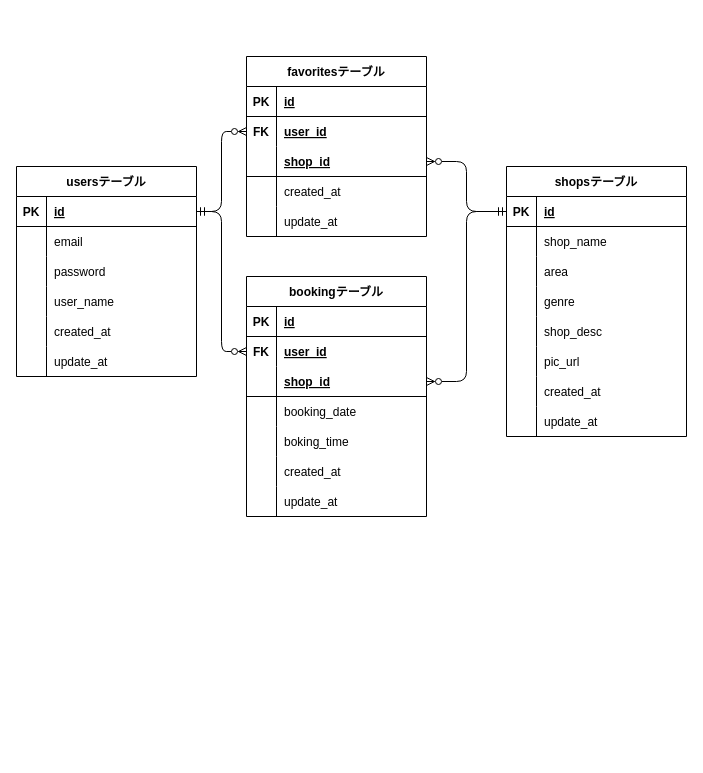
The draw.io diagram ER図.dio in kuni9997/Rese, before the edit. Source tidied: cells renumbered, new cells numbered last; positions are measured from the earlier drawing's top-left corner, leaving out a move shared by most shapes. Both pictures are drawn from the tidied source at 100%, with x=0, y=0 at pixel (16, 56).
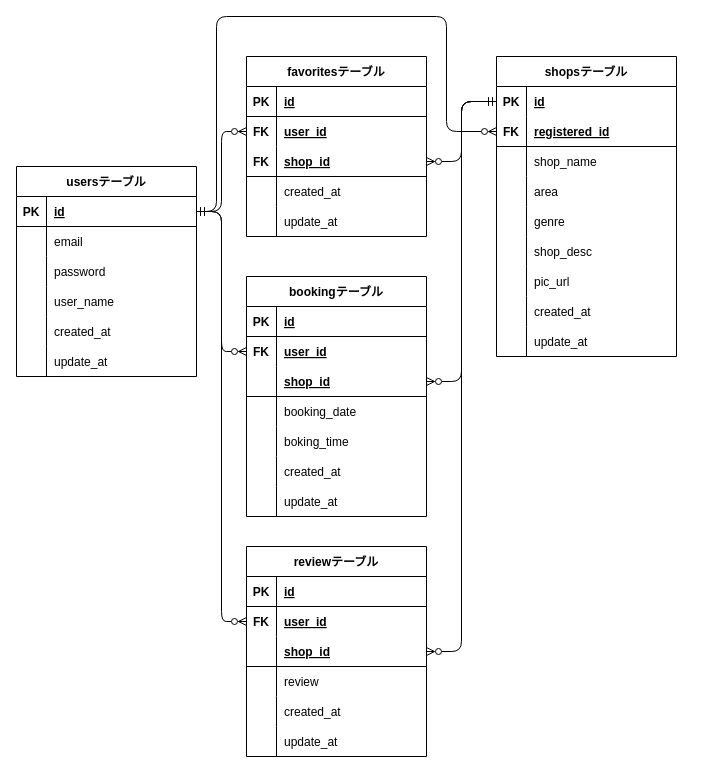
After the change.

Unchanged cells that the change refers to:
```xml
<mxCell id="3" style="shape=tableRow;horizontal=0;startSize=0;swimlaneHead=0;swimlaneBody=0;fillColor=none;points=[[0,0.5],[1,0.5]];portConstraint=eastwest;top=0;left=0;right=0;bottom=1;" parent="2" vertex="1">
  <mxGeometry y="30" width="180" height="30" as="geometry" />
</mxCell>
<mxCell id="53" style="shape=tableRow;horizontal=0;startSize=0;swimlaneHead=0;swimlaneBody=0;fillColor=none;points=[[0,0.5],[1,0.5]];portConstraint=eastwest;top=0;left=0;right=0;bottom=1;strokeColor=default;" parent="46" vertex="1">
  <mxGeometry y="90" width="180" height="30" as="geometry" />
</mxCell>
```

Diff of the diagram source:
```diff
@@
     <mxCell id="21" value="shopsテーブル" style="shape=table;startSize=30;childLayout=tableLayout;rowLines=0;fontStyle=1;align=center;strokeColor=default;" parent="1" vertex="1">
-      <mxGeometry x="490" y="110" width="180" height="270" as="geometry" />
+      <mxGeometry x="480" width="180" height="300" as="geometry" />
     </mxCell>
-    <mxCell id="22" style="shape=tableRow;horizontal=0;startSize=0;swimlaneHead=0;swimlaneBody=0;fillColor=none;points=[[0,0.5],[1,0.5]];portConstraint=eastwest;top=0;left=0;right=0;bottom=1;" parent="21" vertex="1">
+    <mxCell id="22" style="shape=tableRow;horizontal=0;startSize=0;swimlaneHead=0;swimlaneBody=0;fillColor=none;points=[[0,0.5],[1,0.5]];portConstraint=eastwest;top=0;left=0;right=0;bottom=1;strokeColor=none;" parent="21" vertex="1">
       <mxGeometry y="30" width="180" height="30" as="geometry" />
     </mxCell>
@@
-    <mxCell id="24" value="id" style="shape=partialRectangle;fillColor=none;top=0;left=0;bottom=0;right=0;align=left;spacingLeft=6;fontStyle=5;overflow=hidden;" parent="22" vertex="1">
+    <mxCell id="24" value="id" style="shape=partialRectangle;fillColor=none;top=0;left=0;bottom=0;right=0;align=left;spacingLeft=6;fontStyle=5;overflow=hidden;strokeColor=none;" parent="22" vertex="1">
       <mxGeometry x="30" width="150" height="30" as="geometry" />
     </mxCell>
+    <mxCell id="89" style="shape=tableRow;horizontal=0;startSize=0;swimlaneHead=0;swimlaneBody=0;fillColor=none;points=[[0,0.5],[1,0.5]];portConstraint=eastwest;top=0;left=0;right=0;bottom=1;" parent="21" vertex="1">
+      <mxGeometry y="60" width="180" height="30" as="geometry" />
+    </mxCell>
+    <mxCell id="90" value="FK" style="shape=partialRectangle;fillColor=none;top=0;left=0;bottom=0;right=0;fontStyle=1;overflow=hidden;" parent="89" vertex="1">
+      <mxGeometry width="30" height="30" as="geometry" />
+    </mxCell>
+    <mxCell id="91" value="registered_id" style="shape=partialRectangle;fillColor=none;top=0;left=0;bottom=0;right=0;align=left;spacingLeft=6;fontStyle=5;overflow=hidden;strokeColor=none;" parent="89" vertex="1">
+      <mxGeometry x="30" width="150" height="30" as="geometry" />
+    </mxCell>
     <mxCell id="25" style="shape=tableRow;horizontal=0;startSize=0;swimlaneHead=0;swimlaneBody=0;fillColor=none;top=0;left=0;right=0;bottom=0;" parent="21" vertex="1">
-      <mxGeometry y="60" width="180" height="30" as="geometry" />
+      <mxGeometry y="90" width="180" height="30" as="geometry" />
     </mxCell>
@@
     <mxCell id="28" style="shape=tableRow;horizontal=0;startSize=0;swimlaneHead=0;swimlaneBody=0;fillColor=none;top=0;left=0;right=0;bottom=0;" parent="21" vertex="1">
-      <mxGeometry y="90" width="180" height="30" as="geometry" />
+      <mxGeometry y="120" width="180" height="30" as="geometry" />
     </mxCell>
@@
     <mxCell id="31" style="shape=tableRow;horizontal=0;startSize=0;swimlaneHead=0;swimlaneBody=0;fillColor=none;top=0;left=0;right=0;bottom=0;" parent="21" vertex="1">
-      <mxGeometry y="120" width="180" height="30" as="geometry" />
+      <mxGeometry y="150" width="180" height="30" as="geometry" />
     </mxCell>
@@
     <mxCell id="34" style="shape=tableRow;horizontal=0;startSize=0;swimlaneHead=0;swimlaneBody=0;fillColor=none;top=0;left=0;right=0;bottom=0;" parent="21" vertex="1">
-      <mxGeometry y="150" width="180" height="30" as="geometry" />
+      <mxGeometry y="180" width="180" height="30" as="geometry" />
     </mxCell>
@@
     <mxCell id="37" style="shape=tableRow;horizontal=0;startSize=0;swimlaneHead=0;swimlaneBody=0;fillColor=none;top=0;left=0;right=0;bottom=0;" parent="21" vertex="1">
-      <mxGeometry y="180" width="180" height="30" as="geometry" />
+      <mxGeometry y="210" width="180" height="30" as="geometry" />
     </mxCell>
@@
     <mxCell id="40" style="shape=tableRow;horizontal=0;startSize=0;swimlaneHead=0;swimlaneBody=0;fillColor=none;top=0;left=0;right=0;bottom=0;" parent="21" vertex="1">
-      <mxGeometry y="210" width="180" height="30" as="geometry" />
+      <mxGeometry y="240" width="180" height="30" as="geometry" />
     </mxCell>
@@
     <mxCell id="43" style="shape=tableRow;horizontal=0;startSize=0;swimlaneHead=0;swimlaneBody=0;fillColor=none;top=0;left=0;right=0;bottom=0;" parent="21" vertex="1">
-      <mxGeometry y="240" width="180" height="30" as="geometry" />
+      <mxGeometry y="270" width="180" height="30" as="geometry" />
     </mxCell>
@@
-    <mxCell id="54" style="shape=partialRectangle;fillColor=none;top=0;left=0;bottom=0;right=0;fontStyle=1;overflow=hidden;" parent="53" vertex="1">
+    <mxCell id="54" value="FK" style="shape=partialRectangle;fillColor=none;top=0;left=0;bottom=0;right=0;fontStyle=1;overflow=hidden;" parent="53" vertex="1">
       <mxGeometry width="30" height="30" as="geometry" />
     </mxCell>
@@
+    <mxCell id="92" value="reviewテーブル" style="shape=table;startSize=30;childLayout=tableLayout;rowLines=0;fontStyle=1;align=center;strokeColor=default;" parent="1" vertex="1">
+      <mxGeometry x="230" y="490" width="180" height="210" as="geometry" />
+    </mxCell>
+    <mxCell id="93" style="shape=tableRow;horizontal=0;startSize=0;swimlaneHead=0;swimlaneBody=0;fillColor=none;top=0;left=0;right=0;bottom=1;" parent="92" vertex="1">
+      <mxGeometry y="30" width="180" height="30" as="geometry" />
+    </mxCell>
+    <mxCell id="94" value="PK" style="shape=partialRectangle;fillColor=none;top=0;left=0;bottom=0;right=0;fontStyle=1;overflow=hidden;" parent="93" vertex="1">
+      <mxGeometry width="30" height="30" as="geometry" />
+    </mxCell>
+    <mxCell id="95" value="id" style="shape=partialRectangle;fillColor=none;top=0;left=0;bottom=0;right=0;align=left;spacingLeft=6;fontStyle=5;overflow=hidden;" parent="93" vertex="1">
+      <mxGeometry x="30" width="150" height="30" as="geometry" />
+    </mxCell>
+    <mxCell id="96" style="shape=tableRow;horizontal=0;startSize=0;swimlaneHead=0;swimlaneBody=0;fillColor=none;points=[[0,0.5],[1,0.5]];portConstraint=eastwest;top=0;left=0;right=0;bottom=1;strokeColor=none;" parent="92" vertex="1">
+      <mxGeometry y="60" width="180" height="30" as="geometry" />
+    </mxCell>
+    <mxCell id="97" value="FK" style="shape=partialRectangle;fillColor=none;top=0;left=0;bottom=0;right=0;fontStyle=1;overflow=hidden;" parent="96" vertex="1">
+      <mxGeometry width="30" height="30" as="geometry" />
+    </mxCell>
+    <mxCell id="98" value="user_id" style="shape=partialRectangle;fillColor=none;top=0;left=0;bottom=0;right=0;align=left;spacingLeft=6;fontStyle=5;overflow=hidden;" parent="96" vertex="1">
+      <mxGeometry x="30" width="150" height="30" as="geometry" />
+    </mxCell>
+    <mxCell id="99" style="shape=tableRow;horizontal=0;startSize=0;swimlaneHead=0;swimlaneBody=0;fillColor=none;points=[[0,0.5],[1,0.5]];portConstraint=eastwest;top=0;left=0;right=0;bottom=1;strokeColor=default;" parent="92" vertex="1">
+      <mxGeometry y="90" width="180" height="30" as="geometry" />
+    </mxCell>
+    <mxCell id="100" style="shape=partialRectangle;fillColor=none;top=0;left=0;bottom=0;right=0;fontStyle=1;overflow=hidden;" parent="99" vertex="1">
+      <mxGeometry width="30" height="30" as="geometry" />
+    </mxCell>
+    <mxCell id="101" value="shop_id" style="shape=partialRectangle;fillColor=none;top=0;left=0;bottom=0;right=0;align=left;spacingLeft=6;fontStyle=5;overflow=hidden;" parent="99" vertex="1">
+      <mxGeometry x="30" width="150" height="30" as="geometry" />
+    </mxCell>
+    <mxCell id="102" style="shape=tableRow;horizontal=0;startSize=0;swimlaneHead=0;swimlaneBody=0;fillColor=none;top=0;left=0;right=0;bottom=0;" parent="92" vertex="1">
+      <mxGeometry y="120" width="180" height="30" as="geometry" />
+    </mxCell>
+    <mxCell id="103" style="shape=partialRectangle;fillColor=none;top=0;left=0;bottom=0;right=0;overflow=hidden;" parent="102" vertex="1">
+      <mxGeometry width="30" height="30" as="geometry" />
+    </mxCell>
+    <mxCell id="104" value="review" style="shape=partialRectangle;fillColor=none;top=0;left=0;bottom=0;right=0;align=left;spacingLeft=6;overflow=hidden;" parent="102" vertex="1">
+      <mxGeometry x="30" width="150" height="30" as="geometry" />
+    </mxCell>
+    <mxCell id="105" style="shape=tableRow;horizontal=0;startSize=0;swimlaneHead=0;swimlaneBody=0;fillColor=none;top=0;left=0;right=0;bottom=0;" parent="92" vertex="1">
+      <mxGeometry y="150" width="180" height="30" as="geometry" />
+    </mxCell>
+    <mxCell id="106" style="shape=partialRectangle;fillColor=none;top=0;left=0;bottom=0;right=0;overflow=hidden;" parent="105" vertex="1">
+      <mxGeometry width="30" height="30" as="geometry" />
+    </mxCell>
+    <mxCell id="107" value="created_at" style="shape=partialRectangle;fillColor=none;top=0;left=0;bottom=0;right=0;align=left;spacingLeft=6;overflow=hidden;" parent="105" vertex="1">
+      <mxGeometry x="30" width="150" height="30" as="geometry" />
+    </mxCell>
+    <mxCell id="108" style="shape=tableRow;horizontal=0;startSize=0;swimlaneHead=0;swimlaneBody=0;fillColor=none;top=0;left=0;right=0;bottom=0;" parent="92" vertex="1">
+      <mxGeometry y="180" width="180" height="30" as="geometry" />
+    </mxCell>
+    <mxCell id="109" style="shape=partialRectangle;fillColor=none;top=0;left=0;bottom=0;right=0;overflow=hidden;" parent="108" vertex="1">
+      <mxGeometry width="30" height="30" as="geometry" />
+    </mxCell>
+    <mxCell id="110" value="update_at" style="shape=partialRectangle;fillColor=none;top=0;left=0;bottom=0;right=0;align=left;spacingLeft=6;overflow=hidden;" parent="108" vertex="1">
+      <mxGeometry x="30" width="150" height="30" as="geometry" />
+    </mxCell>
+    <mxCell id="111" style="edgeStyle=orthogonalEdgeStyle;html=1;exitX=1;exitY=0.5;exitDx=0;exitDy=0;entryX=0;entryY=0.5;entryDx=0;entryDy=0;startArrow=ERzeroToMany;startFill=0;endArrow=ERmandOne;endFill=0;" parent="1" edge="1" source="99" target="22">
+      <mxGeometry relative="1" as="geometry" />
+    </mxCell>
+    <mxCell id="112" style="edgeStyle=orthogonalEdgeStyle;html=1;exitX=1;exitY=0.5;exitDx=0;exitDy=0;entryX=0;entryY=0.5;entryDx=0;entryDy=0;startArrow=ERmandOne;startFill=0;endArrow=ERzeroToMany;endFill=0;" parent="1" edge="1" source="3" target="96">
+      <mxGeometry relative="1" as="geometry" />
+    </mxCell>
+    <mxCell id="113" style="edgeStyle=orthogonalEdgeStyle;html=1;exitX=0;exitY=0.5;exitDx=0;exitDy=0;entryX=1;entryY=0.5;entryDx=0;entryDy=0;startArrow=ERzeroToMany;startFill=0;endArrow=ERmandOne;endFill=0;" parent="1" edge="1" source="89" target="3">
+      <mxGeometry relative="1" as="geometry">
+        <Array as="points">
+          <mxPoint x="430" y="75" />
+          <mxPoint x="430" y="-40" />
+          <mxPoint x="200" y="-40" />
+          <mxPoint x="200" y="155" />
+        </Array>
+      </mxGeometry>
+    </mxCell>
```
